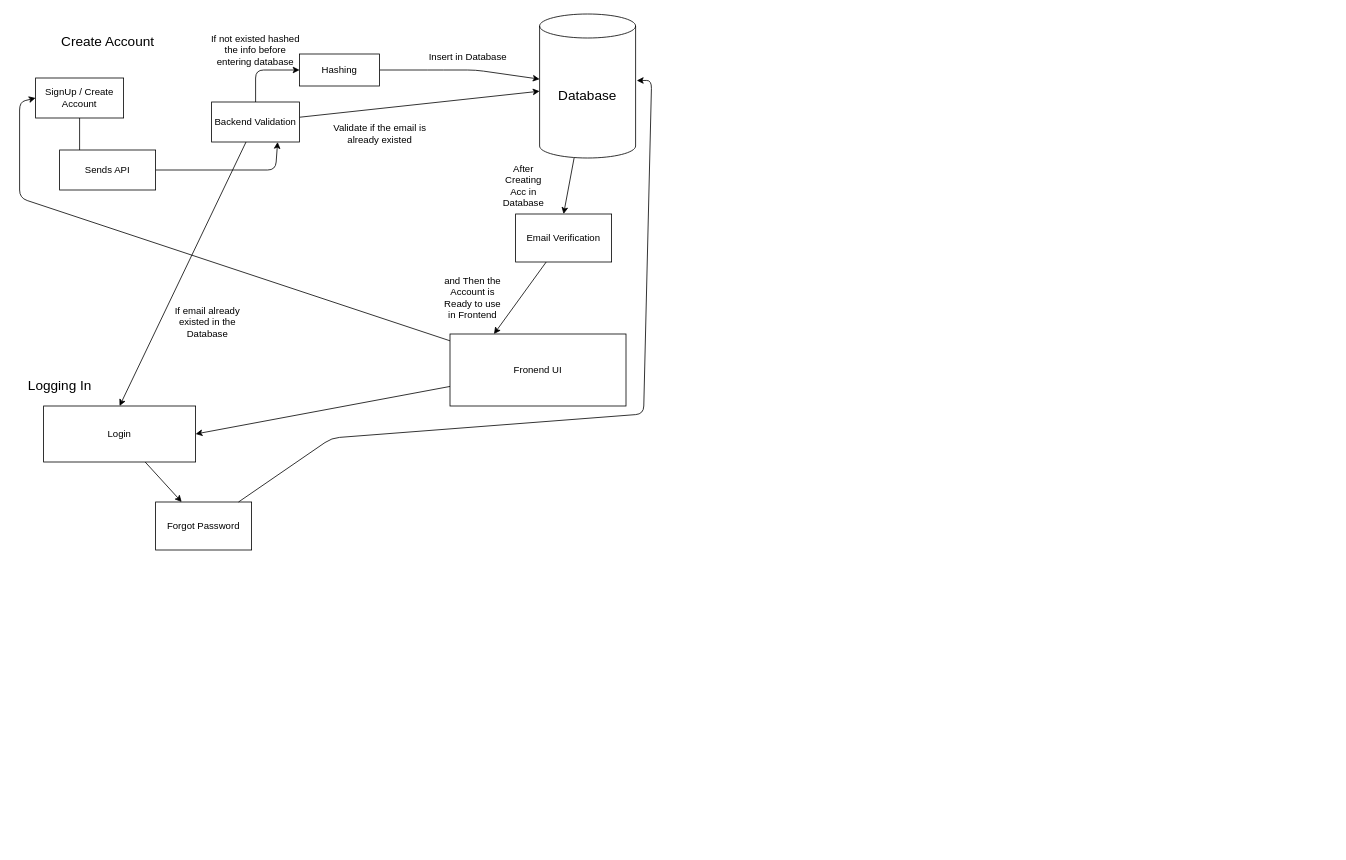
This is page "Page-1" (1 of 2) of unilab/backend-workflow.drawio from Lawrenzzzzz/uni-lab, a draw.io file, before an edit. Source tidied: cells renumbered, new cells numbered last; positions are measured from the earlier drawing's top-left corner, leaving out a move shared by most shapes. Both pictures are drawn from the tidied source at 80%, with x=0, y=0 at pixel (19, 14).
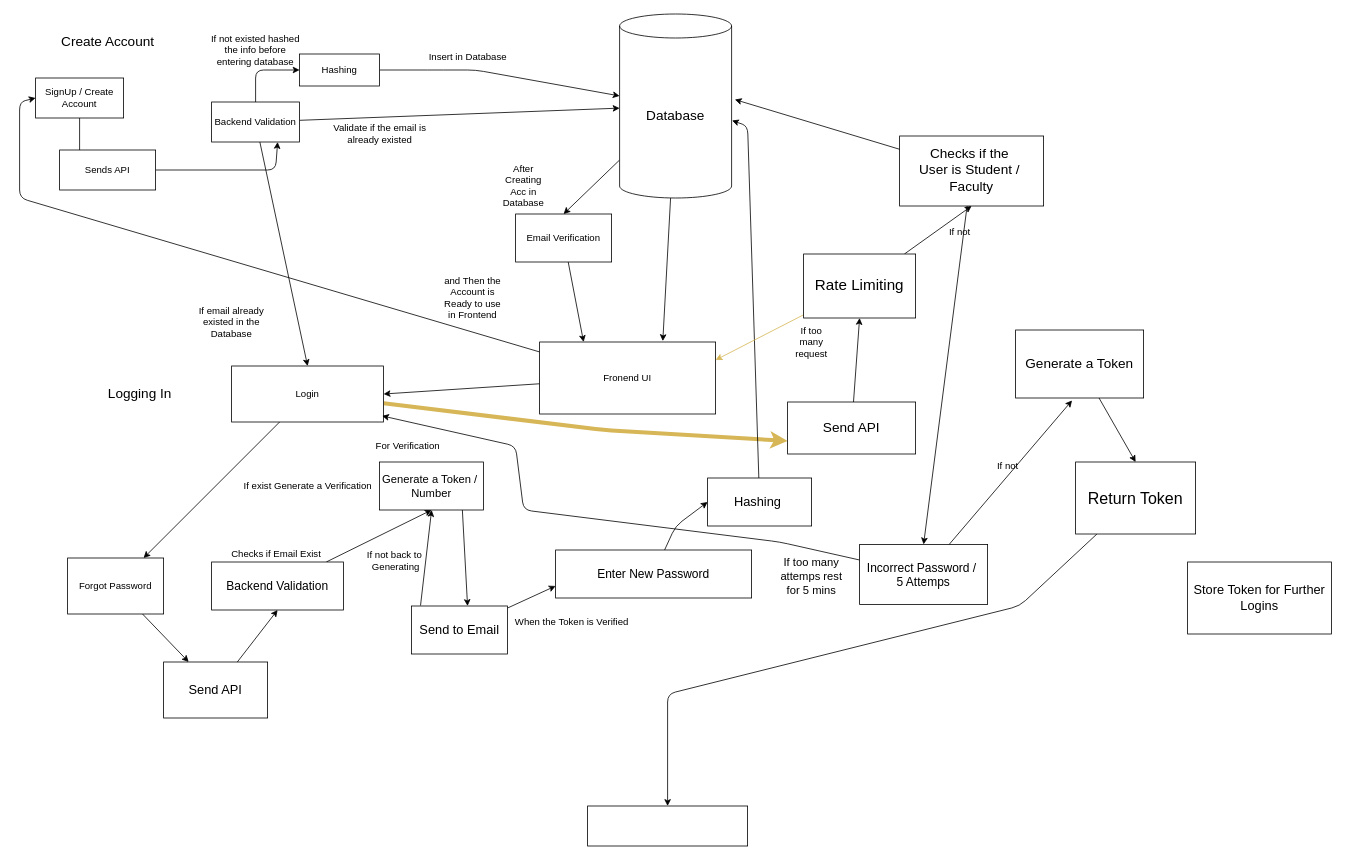
After the change.

Commit message (it also covers changes not shown here):
Backend Design

What changed in the source:
```diff
@@
+    <mxCell id="31" style="edgeStyle=none;html=1;entryX=0.7;entryY=-0.013;entryDx=0;entryDy=0;entryPerimeter=0;" parent="1" edge="1" source="5" target="18">
+      <mxGeometry relative="1" as="geometry" />
+    </mxCell>
     <mxCell id="5" value="&lt;font style=&quot;font-size: 17px;&quot;&gt;Database&lt;/font&gt;" style="shape=cylinder3;whiteSpace=wrap;html=1;boundedLbl=1;backgroundOutline=1;size=15;" parent="1" vertex="1">
-      <mxGeometry x="650" width="120" height="180" as="geometry" />
+      <mxGeometry x="750" width="140" height="230" as="geometry" />
     </mxCell>
@@
     <mxCell id="18" value="Fronend UI" style="rounded=0;whiteSpace=wrap;html=1;" parent="1" vertex="1">
-      <mxGeometry x="538" y="400" width="220" height="90" as="geometry" />
+      <mxGeometry x="650" y="410" width="220" height="90" as="geometry" />
     </mxCell>
@@
+    <mxCell id="32" style="edgeStyle=none;html=1;entryX=0;entryY=0.75;entryDx=0;entryDy=0;strokeWidth=5;fillColor=#fff2cc;strokeColor=#d6b656;" parent="1" edge="1" source="26" target="53">
+      <mxGeometry relative="1" as="geometry">
+        <Array as="points">
+          <mxPoint x="730" y="520" />
+        </Array>
+      </mxGeometry>
+    </mxCell>
     <mxCell id="26" value="Login" style="rounded=0;whiteSpace=wrap;html=1;" parent="1" vertex="1">
-      <mxGeometry x="30" y="490" width="190" height="70" as="geometry" />
+      <mxGeometry x="265" y="440" width="190" height="70" as="geometry" />
     </mxCell>
     <mxCell id="27" value="If email already existed in the Database" style="text;html=1;align=center;verticalAlign=middle;whiteSpace=wrap;rounded=0;" parent="1" vertex="1">
-      <mxGeometry x="180" y="370" width="110" height="30" as="geometry" />
+      <mxGeometry x="210" y="370" width="110" height="30" as="geometry" />
     </mxCell>
+    <mxCell id="33" style="edgeStyle=none;html=1;" parent="1" edge="1" source="28" target="35">
+      <mxGeometry relative="1" as="geometry" />
+    </mxCell>
     <mxCell id="28" value="Forgot Password" style="rounded=0;whiteSpace=wrap;html=1;" parent="1" vertex="1">
-      <mxGeometry x="170" y="610" width="120" height="60" as="geometry" />
+      <mxGeometry x="60" y="680" width="120" height="70" as="geometry" />
     </mxCell>
-    <mxCell id="29" style="edgeStyle=none;html=1;entryX=1.012;entryY=0.462;entryDx=0;entryDy=0;entryPerimeter=0;" parent="1" edge="1" source="28" target="5">
-      <mxGeometry relative="1" as="geometry">
-        <Array as="points">
-          <mxPoint x="390" y="530" />
-          <mxPoint x="780" y="500" />
-          <mxPoint x="790" y="83" />
-        </Array>
-      </mxGeometry>
-    </mxCell>
     <mxCell id="30" value="&lt;font style=&quot;font-size: 17px;&quot;&gt;Logging In&lt;/font&gt;" style="text;html=1;align=center;verticalAlign=middle;strokeColor=none;fillColor=none;" parent="1" vertex="1">
-      <mxGeometry y="450" width="100" height="30" as="geometry" />
+      <mxGeometry x="100" y="460" width="100" height="30" as="geometry" />
     </mxCell>
+    <mxCell id="34" style="edgeStyle=none;html=1;entryX=0.5;entryY=1;entryDx=0;entryDy=0;" parent="1" edge="1" source="35" target="37">
+      <mxGeometry relative="1" as="geometry" />
+    </mxCell>
+    <mxCell id="35" value="&lt;font style=&quot;font-size: 16px;&quot;&gt;Send API&lt;/font&gt;" style="rounded=0;whiteSpace=wrap;html=1;" parent="1" vertex="1">
+      <mxGeometry x="180" y="810" width="130" height="70" as="geometry" />
+    </mxCell>
+    <mxCell id="36" style="edgeStyle=none;html=1;entryX=0.5;entryY=1;entryDx=0;entryDy=0;" parent="1" edge="1" source="37" target="39">
+      <mxGeometry relative="1" as="geometry" />
+    </mxCell>
+    <mxCell id="37" value="&lt;font style=&quot;font-size: 15px;&quot;&gt;Backend Validation&lt;/font&gt;" style="rounded=0;whiteSpace=wrap;html=1;" parent="1" vertex="1">
+      <mxGeometry x="240" y="685" width="165" height="60" as="geometry" />
+    </mxCell>
+    <mxCell id="38" style="edgeStyle=none;html=1;exitX=0.795;exitY=0.963;exitDx=0;exitDy=0;exitPerimeter=0;entryX=0.583;entryY=0;entryDx=0;entryDy=0;entryPerimeter=0;" parent="1" edge="1" source="39" target="43">
+      <mxGeometry relative="1" as="geometry" />
+    </mxCell>
+    <mxCell id="39" value="&lt;font style=&quot;font-size: 14px; color: rgb(0, 0, 0);&quot;&gt;Generate a Token /&amp;nbsp;&lt;/font&gt;&lt;div&gt;&lt;font style=&quot;font-size: 14px; color: rgb(0, 0, 0);&quot;&gt;Number&lt;/font&gt;&lt;/div&gt;" style="rounded=0;whiteSpace=wrap;html=1;" parent="1" vertex="1">
+      <mxGeometry x="450" y="560" width="130" height="60" as="geometry" />
+    </mxCell>
+    <mxCell id="40" value="For Verification" style="text;html=1;align=center;verticalAlign=middle;strokeColor=none;fillColor=none;" parent="1" vertex="1">
+      <mxGeometry x="435" y="525" width="100" height="30" as="geometry" />
+    </mxCell>
+    <mxCell id="41" style="edgeStyle=none;html=1;entryX=0;entryY=0.75;entryDx=0;entryDy=0;" parent="1" edge="1" source="43" target="45">
+      <mxGeometry relative="1" as="geometry" />
+    </mxCell>
+    <mxCell id="42" style="edgeStyle=none;html=1;exitX=0.093;exitY=-0.01;exitDx=0;exitDy=0;exitPerimeter=0;entryX=0.5;entryY=1;entryDx=0;entryDy=0;" parent="1" edge="1" source="43" target="39">
+      <mxGeometry relative="1" as="geometry" />
+    </mxCell>
+    <mxCell id="43" value="&lt;font style=&quot;color: rgb(0, 0, 0); font-size: 16px;&quot;&gt;Send to Email&lt;/font&gt;" style="rounded=0;whiteSpace=wrap;html=1;" parent="1" vertex="1">
+      <mxGeometry x="490" y="740" width="120" height="60" as="geometry" />
+    </mxCell>
+    <mxCell id="44" style="edgeStyle=none;html=1;entryX=0;entryY=0.5;entryDx=0;entryDy=0;" parent="1" edge="1" source="45" target="47">
+      <mxGeometry relative="1" as="geometry">
+        <Array as="points">
+          <mxPoint x="820" y="640" />
+        </Array>
+      </mxGeometry>
+    </mxCell>
+    <mxCell id="45" value="&lt;font style=&quot;font-size: 15px; color: rgb(0, 0, 0);&quot;&gt;Enter New Password&lt;/font&gt;" style="rounded=0;whiteSpace=wrap;html=1;" parent="1" vertex="1">
+      <mxGeometry x="670" y="670" width="245" height="60" as="geometry" />
+    </mxCell>
+    <mxCell id="46" style="edgeStyle=none;html=1;entryX=1.004;entryY=0.579;entryDx=0;entryDy=0;entryPerimeter=0;" parent="1" edge="1" source="47" target="5">
+      <mxGeometry relative="1" as="geometry">
+        <Array as="points">
+          <mxPoint x="910" y="140" />
+        </Array>
+      </mxGeometry>
+    </mxCell>
+    <mxCell id="47" value="&lt;font style=&quot;color: rgb(0, 0, 0); font-size: 16px;&quot;&gt;Hashing&amp;nbsp;&lt;/font&gt;" style="rounded=0;whiteSpace=wrap;html=1;" parent="1" vertex="1">
+      <mxGeometry x="860" y="580" width="130" height="60" as="geometry" />
+    </mxCell>
+    <mxCell id="48" value="Checks if Email Exist" style="text;html=1;align=center;verticalAlign=middle;whiteSpace=wrap;rounded=0;" parent="1" vertex="1">
+      <mxGeometry x="261" y="660" width="120" height="30" as="geometry" />
+    </mxCell>
+    <mxCell id="49" value="If exist Generate a Verification" style="text;html=1;align=center;verticalAlign=middle;strokeColor=none;fillColor=none;" parent="1" vertex="1">
+      <mxGeometry x="270" y="575" width="180" height="30" as="geometry" />
+    </mxCell>
+    <mxCell id="50" value="When the Token is Verified" style="text;html=1;align=center;verticalAlign=middle;strokeColor=none;fillColor=none;" parent="1" vertex="1">
+      <mxGeometry x="605" y="745" width="170" height="30" as="geometry" />
+    </mxCell>
+    <mxCell id="51" value="&lt;font style=&quot;color: rgb(0, 0, 0);&quot;&gt;If not back to&amp;nbsp;&lt;/font&gt;&lt;div&gt;&lt;font style=&quot;color: rgb(0, 0, 0);&quot;&gt;Generating&lt;/font&gt;&lt;/div&gt;" style="text;html=1;align=center;verticalAlign=middle;strokeColor=none;fillColor=none;" parent="1" vertex="1">
+      <mxGeometry x="420" y="663" width="100" height="40" as="geometry" />
+    </mxCell>
+    <mxCell id="52" style="edgeStyle=none;html=1;entryX=0.5;entryY=1;entryDx=0;entryDy=0;" parent="1" edge="1" source="53" target="56">
+      <mxGeometry relative="1" as="geometry" />
+    </mxCell>
+    <mxCell id="53" value="&lt;font style=&quot;font-size: 17px; color: rgb(0, 0, 0);&quot;&gt;Send API&lt;/font&gt;" style="rounded=0;whiteSpace=wrap;html=1;" parent="1" vertex="1">
+      <mxGeometry x="960" y="485" width="160" height="65" as="geometry" />
+    </mxCell>
+    <mxCell id="54" style="edgeStyle=none;html=1;entryX=1;entryY=0.25;entryDx=0;entryDy=0;fillColor=#fff2cc;strokeColor=#d6b656;" parent="1" edge="1" source="56" target="18">
+      <mxGeometry relative="1" as="geometry" />
+    </mxCell>
+    <mxCell id="55" style="edgeStyle=none;html=1;entryX=0.5;entryY=1;entryDx=0;entryDy=0;" parent="1" edge="1" source="56" target="64">
+      <mxGeometry relative="1" as="geometry" />
+    </mxCell>
+    <mxCell id="56" value="&lt;font style=&quot;font-size: 19px; color: rgb(0, 0, 0);&quot;&gt;Rate Limiting&lt;/font&gt;" style="rounded=0;whiteSpace=wrap;html=1;" parent="1" vertex="1">
+      <mxGeometry x="980" y="300" width="140" height="80" as="geometry" />
+    </mxCell>
+    <mxCell id="57" style="edgeStyle=none;html=1;entryX=0.99;entryY=0.891;entryDx=0;entryDy=0;entryPerimeter=0;" parent="1" edge="1" source="58" target="26">
+      <mxGeometry relative="1" as="geometry">
+        <Array as="points">
+          <mxPoint x="950" y="660" />
+          <mxPoint x="630" y="620" />
+          <mxPoint x="620" y="540" />
+        </Array>
+      </mxGeometry>
+    </mxCell>
+    <mxCell id="58" value="&lt;font style=&quot;font-size: 15px; color: rgb(0, 0, 0);&quot;&gt;Incorrect Password /&amp;nbsp;&lt;/font&gt;&lt;div&gt;&lt;font style=&quot;font-size: 15px; color: rgb(0, 0, 0);&quot;&gt;5 Attemps&lt;/font&gt;&lt;/div&gt;" style="rounded=0;whiteSpace=wrap;html=1;" parent="1" vertex="1">
+      <mxGeometry x="1050" y="663" width="160" height="75" as="geometry" />
+    </mxCell>
+    <mxCell id="59" style="edgeStyle=none;html=1;entryX=0.5;entryY=0;entryDx=0;entryDy=0;" parent="1" edge="1" source="60" target="62">
+      <mxGeometry relative="1" as="geometry" />
+    </mxCell>
+    <mxCell id="60" value="&lt;font style=&quot;color: rgb(0, 0, 0); font-size: 17px;&quot;&gt;Generate a Token&lt;/font&gt;" style="rounded=0;whiteSpace=wrap;html=1;" parent="1" vertex="1">
+      <mxGeometry x="1245" y="395" width="160" height="85" as="geometry" />
+    </mxCell>
+    <mxCell id="61" style="edgeStyle=none;html=1;entryX=0.5;entryY=0;entryDx=0;entryDy=0;" parent="1" edge="1" source="62" target="65">
+      <mxGeometry relative="1" as="geometry">
+        <Array as="points">
+          <mxPoint x="1250" y="740" />
+          <mxPoint x="810" y="850" />
+        </Array>
+      </mxGeometry>
+    </mxCell>
+    <mxCell id="62" value="&lt;font style=&quot;font-size: 20px; color: rgb(0, 0, 0);&quot;&gt;Return Token&lt;/font&gt;" style="rounded=0;whiteSpace=wrap;html=1;" parent="1" vertex="1">
+      <mxGeometry x="1320" y="560" width="150" height="90" as="geometry" />
+    </mxCell>
+    <mxCell id="63" style="edgeStyle=none;html=1;entryX=0.5;entryY=0;entryDx=0;entryDy=0;" parent="1" edge="1" source="64" target="58">
+      <mxGeometry relative="1" as="geometry" />
+    </mxCell>
+    <mxCell id="64" value="&lt;font style=&quot;color: rgb(0, 0, 0); font-size: 17px;&quot;&gt;Checks if the&amp;nbsp;&lt;/font&gt;&lt;div&gt;&lt;font style=&quot;color: rgb(0, 0, 0); font-size: 17px;&quot;&gt;User is Student /&amp;nbsp;&lt;/font&gt;&lt;/div&gt;&lt;div&gt;&lt;font style=&quot;color: rgb(0, 0, 0); font-size: 17px;&quot;&gt;Faculty&lt;/font&gt;&lt;/div&gt;" style="rounded=0;whiteSpace=wrap;html=1;" parent="1" vertex="1">
+      <mxGeometry x="1100" y="152.5" width="180" height="87.5" as="geometry" />
+    </mxCell>
+    <mxCell id="65" style="rounded=0;whiteSpace=wrap;html=1;" parent="1" vertex="1">
+      <mxGeometry x="710" y="990" width="200" height="50" as="geometry" />
+    </mxCell>
+    <mxCell id="66" value="&lt;font style=&quot;font-size: 16px;&quot;&gt;Store Token for Further Logins&lt;/font&gt;" style="rounded=0;whiteSpace=wrap;html=1;" parent="1" vertex="1">
+      <mxGeometry x="1460" y="685" width="180" height="90" as="geometry" />
+    </mxCell>
+    <mxCell id="67" value="If too many request" style="text;html=1;align=center;verticalAlign=middle;whiteSpace=wrap;rounded=0;" parent="1" vertex="1">
+      <mxGeometry x="960" y="395" width="60" height="30" as="geometry" />
+    </mxCell>
+    <mxCell id="68" value="If not" style="text;html=1;align=center;verticalAlign=middle;strokeColor=none;fillColor=none;" parent="1" vertex="1">
+      <mxGeometry x="1150" y="258" width="50" height="30" as="geometry" />
+    </mxCell>
+    <mxCell id="69" style="edgeStyle=none;html=1;entryX=1.029;entryY=0.465;entryDx=0;entryDy=0;entryPerimeter=0;" parent="1" edge="1" source="64" target="5">
+      <mxGeometry relative="1" as="geometry" />
+    </mxCell>
+    <mxCell id="70" value="&lt;font style=&quot;font-size: 14px; color: rgb(0, 0, 0);&quot;&gt;If too many attemps rest for 5 mins&lt;/font&gt;" style="text;html=1;align=center;verticalAlign=middle;whiteSpace=wrap;rounded=0;" parent="1" vertex="1">
+      <mxGeometry x="950" y="687.5" width="80" height="30" as="geometry" />
+    </mxCell>
+    <mxCell id="71" style="edgeStyle=none;html=1;entryX=0.441;entryY=1.036;entryDx=0;entryDy=0;entryPerimeter=0;" parent="1" edge="1" source="58" target="60">
+      <mxGeometry relative="1" as="geometry" />
+    </mxCell>
+    <mxCell id="72" value="If not" style="text;html=1;align=center;verticalAlign=middle;strokeColor=none;fillColor=none;" parent="1" vertex="1">
+      <mxGeometry x="1210" y="550" width="50" height="30" as="geometry" />
+    </mxCell>
```
